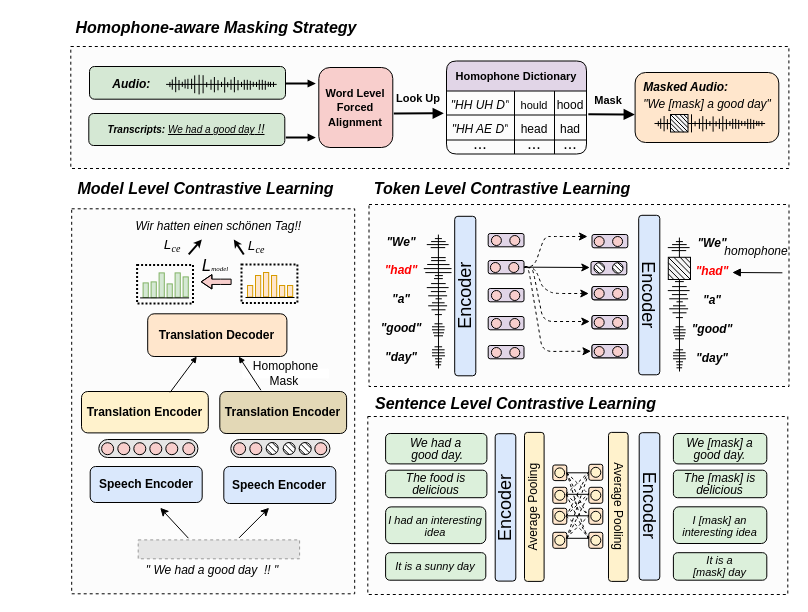
Above: 6_23.drawio in ytf-philp/README (draw.io), before the change. Source tidied: cells renumbered, new cells numbered last; positions are measured from the earlier drawing's top-left corner, leaving out a move shared by most shapes. Both pictures are drawn from the tidied source at 100%, with x=0, y=0 at pixel (17, 17). Pictures stored in the file or linked from it are replaced by grey dashed boxes.
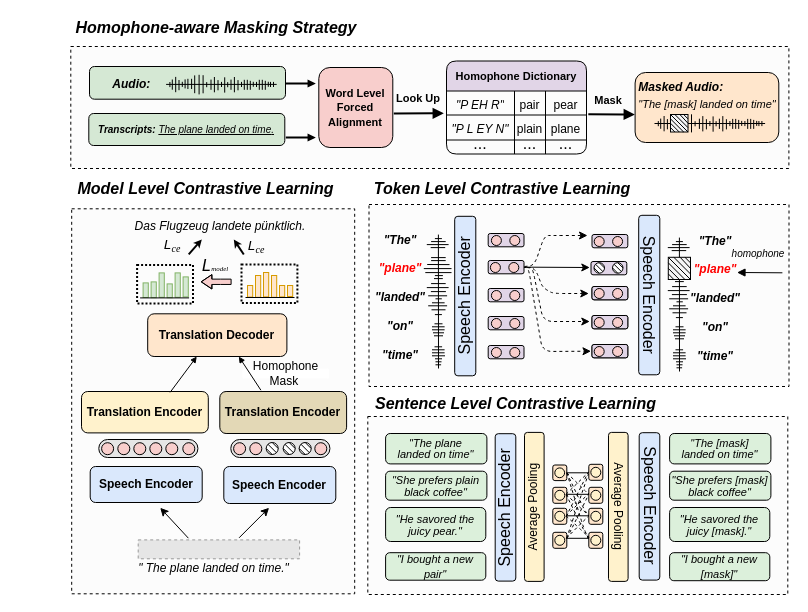
The same diagram, later.

Unchanged cells that the change refers to:
```xml
<mxCell id="5" style="group;rotation=0;strokeWidth=2;" parent="1" vertex="1">
  <mxGeometry x="380.5" y="179" width="390" height="190" as="geometry" />
</mxCell>
<mxCell id="129" style="group;" parent="1" vertex="1">
  <mxGeometry x="350.3" y="399" width="420" height="178" as="geometry" />
</mxCell>
<mxCell id="139" style="group;" parent="129" vertex="1">
  <mxGeometry x="29" y="17" width="90" height="146.7" as="geometry" />
</mxCell>
<mxCell id="186" style="group;" parent="1" vertex="1">
  <mxGeometry x="611.3" y="55" width="150" height="70" as="geometry" />
</mxCell>
<mxCell id="219" style="shape=tableRow;horizontal=0;startSize=0;swimlaneHead=0;swimlaneBody=0;strokeColor=inherit;top=0;left=0;bottom=0;right=0;fillColor=none;points=[[0,0.5],[1,0.5]];portConstraint=eastwest;fontSize=16;" parent="218" vertex="1">
  <mxGeometry y="30" width="140" height="24" as="geometry" />
</mxCell>
<mxCell id="223" style="shape=tableRow;horizontal=0;startSize=0;swimlaneHead=0;swimlaneBody=0;strokeColor=inherit;top=0;left=0;bottom=0;right=0;fillColor=none;fontSize=16;" parent="218" vertex="1">
  <mxGeometry y="54" width="140" height="25" as="geometry" />
</mxCell>
<mxCell id="227" style="shape=tableRow;horizontal=0;startSize=0;swimlaneHead=0;swimlaneBody=0;strokeColor=inherit;top=0;left=0;bottom=0;right=0;fillColor=none;fontSize=16;" parent="218" vertex="1">
  <mxGeometry y="79" width="140" height="14" as="geometry" />
</mxCell>
```

Change to the diagram source:
```diff
@@
-    <mxCell id="4" value="&lt;i&gt;&quot; We had a good day&amp;nbsp; !! &quot;&lt;/i&gt;" style="text;html=1;strokeColor=none;fillColor=none;align=center;verticalAlign=middle;whiteSpace=wrap;rounded=0;" parent="1" vertex="1">
-      <mxGeometry x="123.2" y="538.3" width="144.2" height="30" as="geometry" />
+    <mxCell id="4" value="&lt;i&gt;&quot; The plane landed on time.&quot;&lt;/i&gt;" style="text;html=1;strokeColor=none;fillColor=none;align=center;verticalAlign=middle;whiteSpace=wrap;rounded=0;" parent="1" vertex="1">
+      <mxGeometry x="116" y="536.3" width="161.4" height="30" as="geometry" />
     </mxCell>
@@
-    <mxCell id="7" value="&lt;font style=&quot;font-size: 18px;&quot;&gt;Encoder&lt;/font&gt;" style="rounded=1;whiteSpace=wrap;html=1;rotation=-90;fillColor=#dae8fc;strokeColor=#000000;" parent="5" vertex="1">
+    <mxCell id="7" value="&lt;p style=&quot;line-height: 120%;&quot;&gt;&lt;font style=&quot;font-size: 16px;&quot;&gt;Speech Encoder&lt;/font&gt;&lt;/p&gt;" style="rounded=1;whiteSpace=wrap;html=1;rotation=-90;fillColor=#dae8fc;strokeColor=#000000;" parent="5" vertex="1">
       <mxGeometry x="-12.5" y="89" width="159.5" height="21.1" as="geometry" />
     </mxCell>
@@
-    <mxCell id="22" value="&lt;font style=&quot;font-size: 18px;&quot;&gt;Encoder&lt;/font&gt;" style="rounded=1;whiteSpace=wrap;html=1;rotation=90;fillColor=#dae8fc;strokeColor=#000000;" parent="5" vertex="1">
+    <mxCell id="22" value="&lt;p style=&quot;line-height: 140%;&quot;&gt;&lt;font style=&quot;font-size: 16px;&quot;&gt;Speech Encoder&lt;/font&gt;&lt;/p&gt;" style="rounded=1;whiteSpace=wrap;html=1;rotation=90;fillColor=#dae8fc;strokeColor=#000000;" parent="5" vertex="1">
       <mxGeometry x="171.5" y="88" width="159.5" height="21.1" as="geometry" />
     </mxCell>
@@
-    <mxCell id="71" value="&lt;p style=&quot;line-height: 240%;&quot;&gt;&lt;i style=&quot;&quot;&gt;&lt;b&gt;&quot;We&quot;&lt;br&gt;&lt;font style=&quot;&quot; color=&quot;#ff0000&quot;&gt;&quot;had&quot;&lt;/font&gt;&lt;br&gt;&quot;a&quot;&lt;br&gt;&quot;good&quot;&lt;br&gt;&quot;day&quot;&lt;/b&gt;&lt;/i&gt;&lt;br&gt;&lt;/p&gt;" style="text;html=1;strokeColor=none;fillColor=none;align=center;verticalAlign=middle;whiteSpace=wrap;rounded=0;" parent="5" vertex="1">
-      <mxGeometry x="-26.7" y="88.1" width="60" height="30" as="geometry" />
+    <mxCell id="71" value="&lt;p style=&quot;line-height: 240%;&quot;&gt;&lt;i style=&quot;&quot;&gt;&lt;b&gt;&quot;The&quot;&lt;br&gt;&lt;font style=&quot;&quot; color=&quot;#ff0000&quot;&gt;&quot;plane&quot;&lt;/font&gt;&lt;br&gt;&quot;landed&quot;&lt;br&gt;&quot;on&quot;&lt;br&gt;&quot;time&quot;&lt;/b&gt;&lt;/i&gt;&lt;br&gt;&lt;/p&gt;" style="text;html=1;strokeColor=none;fillColor=none;align=center;verticalAlign=middle;whiteSpace=wrap;rounded=0;" parent="5" vertex="1">
+      <mxGeometry x="-27.7" y="86.1" width="60" height="30" as="geometry" />
     </mxCell>
     <mxCell id="72" style="endArrow=none;html=1;rounded=0;entryX=0.989;entryY=0.386;entryDx=0;entryDy=0;entryPerimeter=0;startArrow=block;startFill=1;" parent="5" edge="1">
       <mxGeometry relative="1" as="geometry">
-        <mxPoint x="334.3" y="76" as="sourcePoint" />
+        <mxPoint x="339" y="76" as="sourcePoint" />
         <mxPoint x="384.4" y="76.3" as="targetPoint" />
       </mxGeometry>
     </mxCell>
-    <mxCell id="73" value="&lt;i&gt;homophone&lt;/i&gt;" style="text;html=1;strokeColor=none;fillColor=none;align=center;verticalAlign=middle;whiteSpace=wrap;rounded=0;" parent="5" vertex="1">
-      <mxGeometry x="328.3" y="40" width="60" height="30" as="geometry" />
+    <mxCell id="73" value="&lt;i&gt;&lt;font style=&quot;font-size: 10px;&quot;&gt;homophone&lt;/font&gt;&lt;/i&gt;" style="text;html=1;strokeColor=none;fillColor=none;align=center;verticalAlign=middle;whiteSpace=wrap;rounded=0;" parent="5" vertex="1">
+      <mxGeometry x="330.3" y="42" width="60" height="30" as="geometry" />
     </mxCell>
@@
     <mxCell id="111" style="endArrow=classic;html=1;dashed=1;rounded=1;" parent="5" edge="1">
       <mxGeometry relative="1" as="geometry">
         <mxPoint x="126.5" y="70" as="sourcePoint" />
-        <mxPoint x="189.5" y="40" as="targetPoint" />
+        <mxPoint x="189.5" y="39" as="targetPoint" />
         <Array as="points">
-          <mxPoint x="136.4" y="70" />
-          <mxPoint x="146.5" y="40" />
-          <mxPoint x="154.5" y="40" />
+          <mxPoint x="136.4" y="69" />
+          <mxPoint x="146.5" y="39" />
+          <mxPoint x="154.5" y="39" />
         </Array>
       </mxGeometry>
     </mxCell>
@@
-    <mxCell id="120" value="&lt;i&gt;Wir hatten einen&amp;nbsp;schönen Tag!!&lt;span style=&quot;background-color: initial;&quot;&gt;&amp;nbsp;&lt;/span&gt;&lt;/i&gt;" style="text;html=1;strokeColor=none;fillColor=none;align=center;verticalAlign=middle;whiteSpace=wrap;rounded=0;" parent="1" vertex="1">
+    <mxCell id="120" value="&lt;i&gt;Das Flugzeug landete pünktlich.&lt;/i&gt;" style="text;html=1;strokeColor=none;fillColor=none;align=center;verticalAlign=middle;whiteSpace=wrap;rounded=0;" parent="1" vertex="1">
       <mxGeometry x="111.5" y="193.3" width="181.8" height="32.3" as="geometry" />
     </mxCell>
@@
-    <mxCell id="131" value="&lt;font style=&quot;font-size: 18px;&quot;&gt;Encoder&lt;/font&gt;" style="rounded=1;whiteSpace=wrap;html=1;rotation=-90;fillColor=#dae8fc;strokeColor=#000000;" parent="129" vertex="1">
+    <mxCell id="131" value="&lt;p style=&quot;line-height: 160%;&quot;&gt;&lt;font style=&quot;font-size: 16px;&quot;&gt;Speech Encoder&lt;/font&gt;&lt;/p&gt;" style="rounded=1;whiteSpace=wrap;html=1;rotation=-90;fillColor=#dae8fc;strokeColor=#000000;" parent="129" vertex="1">
       <mxGeometry x="64" y="80.6" width="147.4" height="20.6" as="geometry" />
     </mxCell>
-    <mxCell id="132" value="&lt;font style=&quot;font-size: 18px;&quot;&gt;Encoder&lt;/font&gt;" style="rounded=1;whiteSpace=wrap;html=1;rotation=90;strokeColor=#000000;fillColor=#dae8fc;" parent="129" vertex="1">
+    <mxCell id="132" value="&lt;p style=&quot;line-height: 160%;&quot;&gt;&lt;font style=&quot;font-size: 16px;&quot;&gt;Speech Encoder&lt;/font&gt;&lt;/p&gt;" style="rounded=1;whiteSpace=wrap;html=1;rotation=90;strokeColor=#000000;fillColor=#dae8fc;" parent="129" vertex="1">
       <mxGeometry x="208" y="79.6" width="147.4" height="20.6" as="geometry" />
     </mxCell>
@@
-    <mxCell id="135" value="&lt;p style=&quot;line-height: 100%;&quot;&gt;&lt;i&gt;We [mask] a good day.&lt;/i&gt;&lt;/p&gt;" style="rounded=1;whiteSpace=wrap;html=1;rotation=-360;fillColor=#DCF0DB;" parent="129" vertex="1">
-      <mxGeometry x="305.6" y="17" width="93.4" height="30.4" as="geometry" />
-    </mxCell>
-    <mxCell id="136" value="&lt;p style=&quot;line-height: 100%;&quot;&gt;&lt;i&gt;The [mask] is delicious&lt;/i&gt;&lt;/p&gt;" style="rounded=1;whiteSpace=wrap;html=1;rotation=-360;fillColor=#DCF0DB;" parent="129" vertex="1">
-      <mxGeometry x="305.6" y="53.7" width="93.4" height="27.5" as="geometry" />
-    </mxCell>
-    <mxCell id="137" value="&lt;p style=&quot;line-height: 100%;&quot;&gt;&lt;font style=&quot;font-size: 11px;&quot;&gt;&lt;i&gt;It is a &lt;br&gt;[mask] day&lt;/i&gt;&lt;/font&gt;&lt;/p&gt;" style="rounded=1;whiteSpace=wrap;html=1;rotation=-360;fillColor=#DCF0DB;spacingTop=-2;" parent="129" vertex="1">
-      <mxGeometry x="305.6" y="136.2" width="93.4" height="27.5" as="geometry" />
-    </mxCell>
-    <mxCell id="138" value="&lt;p style=&quot;line-height: 100%;&quot;&gt;&lt;font style=&quot;font-size: 11px;&quot;&gt;&lt;i&gt;I [mask] an interesting idea&lt;/i&gt;&lt;/font&gt;&lt;/p&gt;" style="rounded=1;whiteSpace=wrap;html=1;rotation=-360;fillColor=#DCF0DB;" parent="129" vertex="1">
-      <mxGeometry x="305.6" y="90.3" width="93.4" height="36.7" as="geometry" />
-    </mxCell>
@@
-    <mxCell id="140" value="&lt;p style=&quot;line-height: 100%;&quot;&gt;&lt;i&gt;We had a&lt;br&gt;&amp;nbsp;good day.&lt;/i&gt;&lt;/p&gt;" style="rounded=1;whiteSpace=wrap;html=1;rotation=-360;fillColor=#DCF0DB;strokeColor=#000000;" parent="139" vertex="1">
+    <mxCell id="140" value="&lt;p style=&quot;line-height: 100%; font-size: 11px;&quot;&gt;&lt;i&gt;&quot;The plane landed&amp;nbsp;&lt;/i&gt;&lt;i&gt;on time&quot;&lt;/i&gt;&lt;/p&gt;" style="rounded=1;whiteSpace=wrap;html=1;rotation=-360;fillColor=#DCF0DB;strokeColor=#000000;" parent="139" vertex="1">
       <mxGeometry x="-11.2" width="101.3" height="30.4" as="geometry" />
     </mxCell>
-    <mxCell id="141" value="&lt;p style=&quot;line-height: 100%;&quot;&gt;&lt;i&gt;The food is delicious&lt;/i&gt;&lt;/p&gt;" style="rounded=1;whiteSpace=wrap;html=1;rotation=-360;fillColor=#DCF0DB;" parent="139" vertex="1">
-      <mxGeometry x="-11.2" y="36.7" width="101.3" height="27.5" as="geometry" />
+    <mxCell id="141" value="&lt;p style=&quot;line-height: 100%;&quot;&gt;&lt;i&gt;&lt;font style=&quot;font-size: 11px;&quot;&gt;&quot;She prefers plain black coffee&quot;&lt;/font&gt;&lt;/i&gt;&lt;br&gt;&lt;/p&gt;" style="rounded=1;whiteSpace=wrap;html=1;rotation=-360;fillColor=#DCF0DB;" parent="139" vertex="1">
+      <mxGeometry x="-11.2" y="37.7" width="101.3" height="29" as="geometry" />
     </mxCell>
-    <mxCell id="142" value="&lt;font style=&quot;font-size: 11px;&quot;&gt;&lt;i&gt;It is a sunny day&lt;/i&gt;&lt;/font&gt;" style="rounded=1;whiteSpace=wrap;html=1;rotation=-360;fillColor=#DCF0DB;" parent="139" vertex="1">
+    <mxCell id="142" value="&lt;i style=&quot;border-color: var(--border-color);&quot;&gt;&lt;font style=&quot;font-size: 11px;&quot;&gt;&quot;I bought a new pair&quot;&lt;/font&gt;&lt;/i&gt;" style="rounded=1;whiteSpace=wrap;html=1;rotation=-360;fillColor=#DCF0DB;" parent="139" vertex="1">
       <mxGeometry x="-11.2" y="119.2" width="100.2" height="27.5" as="geometry" />
     </mxCell>
-    <mxCell id="143" value="&lt;p style=&quot;line-height: 100%;&quot;&gt;&lt;font style=&quot;font-size: 11px;&quot;&gt;&lt;i&gt;I had an interesting idea&lt;/i&gt;&lt;/font&gt;&lt;/p&gt;" style="rounded=1;whiteSpace=wrap;html=1;rotation=-360;fillColor=#DCF0DB;" parent="139" vertex="1">
-      <mxGeometry x="-11.2" y="73.4" width="100.2" height="36.7" as="geometry" />
+    <mxCell id="143" value="&lt;p style=&quot;line-height: 100%;&quot;&gt;&lt;font style=&quot;font-size: 11px;&quot;&gt;&lt;i&gt;&quot;He savored the juicy pear.&quot;&lt;/i&gt;&lt;/font&gt;&lt;br&gt;&lt;/p&gt;" style="rounded=1;whiteSpace=wrap;html=1;rotation=-360;fillColor=#DCF0DB;" parent="139" vertex="1">
+      <mxGeometry x="-11.2" y="74" width="100.2" height="34" as="geometry" />
     </mxCell>
@@
-    <mxCell id="181" value="&lt;i style=&quot;border-color: var(--border-color);&quot;&gt;&lt;span style=&quot;border-color: var(--border-color);&quot;&gt;&lt;font style=&quot;border-color: var(--border-color);&quot; size=&quot;1&quot;&gt;&lt;b&gt;Transcripts: &lt;/b&gt;&lt;u&gt;We had a good day&lt;/u&gt;&lt;/font&gt;&lt;/span&gt;&lt;u&gt;&amp;nbsp;!!&lt;/u&gt;&lt;/i&gt;" style="rounded=1;whiteSpace=wrap;html=1;fillColor=#d5e8d4;strokeColor=#000000;" parent="1" vertex="1">
+    <mxCell id="181" value="&lt;i style=&quot;border-color: var(--border-color);&quot;&gt;&lt;span style=&quot;border-color: var(--border-color);&quot;&gt;&lt;font style=&quot;border-color: var(--border-color);&quot; size=&quot;1&quot;&gt;&lt;b&gt;Transcripts: &lt;/b&gt;&lt;u style=&quot;font-size: 10px;&quot;&gt;The plane landed on time&lt;/u&gt;&lt;u style=&quot;font-size: 10px;&quot;&gt;.&lt;/u&gt;&lt;/font&gt;&lt;/span&gt;&lt;/i&gt;" style="rounded=1;whiteSpace=wrap;html=1;fillColor=#d5e8d4;strokeColor=#000000;" parent="1" vertex="1">
       <mxGeometry x="71.3" y="96" width="196" height="32" as="geometry" />
     </mxCell>
@@
-    <mxCell id="188" value="&lt;div style=&quot;text-align: left; line-height: 140%;&quot;&gt;&lt;b style=&quot;background-color: initial;&quot;&gt;&lt;i&gt;Masked Audio:&amp;nbsp;&lt;/i&gt;&lt;/b&gt;&lt;/div&gt;&lt;div style=&quot;text-align: left; line-height: 140%;&quot;&gt;&lt;i style=&quot;background-color: initial;&quot;&gt;&quot;We [mask] a good day&quot;&lt;/i&gt;&lt;br&gt;&lt;/div&gt;" style="text;html=1;strokeColor=none;fillColor=none;align=center;verticalAlign=middle;whiteSpace=wrap;rounded=0;" parent="186" vertex="1">
+    <mxCell id="188" value="&lt;div style=&quot;text-align: left; line-height: 140%;&quot;&gt;&lt;b style=&quot;background-color: initial;&quot;&gt;&lt;i&gt;Masked Audio:&amp;nbsp;&lt;/i&gt;&lt;/b&gt;&lt;/div&gt;&lt;div style=&quot;text-align: left; line-height: 140%;&quot;&gt;&lt;i style=&quot;background-color: initial;&quot;&gt;&lt;font style=&quot;font-size: 11px;&quot;&gt;&quot;The [mask] landed on time&quot;&lt;/font&gt;&lt;/i&gt;&lt;br&gt;&lt;/div&gt;" style="text;html=1;strokeColor=none;fillColor=none;align=center;verticalAlign=middle;whiteSpace=wrap;rounded=0;" parent="186" vertex="1">
       <mxGeometry x="8" y="3.5" width="142" height="39.4" as="geometry" />
     </mxCell>
@@
-    <mxCell id="220" value="&lt;i&gt;&lt;font style=&quot;font-size: 12px;&quot;&gt;&quot;HH UH D&quot;&lt;/font&gt;&lt;/i&gt;" style="shape=partialRectangle;html=1;whiteSpace=wrap;strokeColor=inherit;overflow=hidden;fillColor=none;top=0;left=0;bottom=0;right=0;fontSize=16;spacing=0;" parent="219" vertex="1">
+    <mxCell id="220" value="&lt;i&gt;&lt;font style=&quot;font-size: 12px;&quot;&gt;&quot;P EH R&quot;&lt;/font&gt;&lt;/i&gt;" style="shape=partialRectangle;html=1;whiteSpace=wrap;strokeColor=inherit;overflow=hidden;fillColor=none;top=0;left=0;bottom=0;right=0;fontSize=16;spacing=0;" parent="219" vertex="1">
       <mxGeometry width="68" height="24" as="geometry" />
     </mxCell>
-    <mxCell id="221" value="&lt;font style=&quot;font-size: 11px;&quot;&gt;hould&lt;/font&gt;" style="shape=partialRectangle;html=1;whiteSpace=wrap;strokeColor=inherit;overflow=hidden;fillColor=none;top=0;left=0;bottom=0;right=0;fontSize=16;spacing=-1;align=center;" parent="219" vertex="1">
-      <mxGeometry x="68" width="40" height="24" as="geometry" />
+    <mxCell id="221" value="&lt;font style=&quot;font-size: 12px;&quot;&gt;pair&lt;/font&gt;" style="shape=partialRectangle;html=1;whiteSpace=wrap;strokeColor=inherit;overflow=hidden;fillColor=none;top=0;left=0;bottom=0;right=0;fontSize=16;spacing=-1;align=center;" parent="219" vertex="1">
+      <mxGeometry x="68" width="31" height="24" as="geometry" />
     </mxCell>
-    <mxCell id="222" value="&lt;font style=&quot;font-size: 12px;&quot;&gt;hood&lt;/font&gt;" style="shape=partialRectangle;html=1;whiteSpace=wrap;strokeColor=inherit;overflow=hidden;fillColor=none;top=0;left=0;bottom=0;right=0;fontSize=16;spacing=-2;" parent="219" vertex="1">
-      <mxGeometry x="108" width="32" height="24" as="geometry" />
+    <mxCell id="222" value="&lt;font style=&quot;font-size: 12px;&quot;&gt;pear&lt;/font&gt;" style="shape=partialRectangle;html=1;whiteSpace=wrap;strokeColor=inherit;overflow=hidden;fillColor=none;top=0;left=0;bottom=0;right=0;fontSize=16;spacing=-2;" parent="219" vertex="1">
+      <mxGeometry x="99" width="41" height="24" as="geometry" />
     </mxCell>
@@
-    <mxCell id="224" value="&lt;font style=&quot;font-size: 12px;&quot;&gt;&lt;i&gt;&quot;HH AE D&quot;&lt;/i&gt;&lt;/font&gt;" style="shape=partialRectangle;html=1;whiteSpace=wrap;strokeColor=inherit;overflow=hidden;fillColor=none;top=0;left=0;bottom=0;right=0;fontSize=16;spacing=0;" parent="223" vertex="1">
+    <mxCell id="224" value="&lt;font style=&quot;font-size: 12px;&quot;&gt;&lt;i&gt;&quot;P L EY N&quot;&lt;/i&gt;&lt;/font&gt;" style="shape=partialRectangle;html=1;whiteSpace=wrap;strokeColor=inherit;overflow=hidden;fillColor=none;top=0;left=0;bottom=0;right=0;fontSize=16;spacing=0;" parent="223" vertex="1">
       <mxGeometry width="68" height="25" as="geometry" />
     </mxCell>
-    <mxCell id="225" value="&lt;font style=&quot;font-size: 12px;&quot;&gt;head&lt;/font&gt;" style="shape=partialRectangle;html=1;whiteSpace=wrap;strokeColor=inherit;overflow=hidden;fillColor=none;top=0;left=0;bottom=0;right=0;fontSize=16;spacing=0;" parent="223" vertex="1">
-      <mxGeometry x="68" width="40" height="25" as="geometry" />
+    <mxCell id="225" value="&lt;span style=&quot;font-size: 12px;&quot;&gt;plain&lt;/span&gt;" style="shape=partialRectangle;html=1;whiteSpace=wrap;strokeColor=inherit;overflow=hidden;fillColor=none;top=0;left=0;bottom=0;right=0;fontSize=16;spacing=0;" parent="223" vertex="1">
+      <mxGeometry x="68" width="31" height="25" as="geometry" />
     </mxCell>
-    <mxCell id="226" value="&lt;font style=&quot;font-size: 12px;&quot;&gt;had&lt;/font&gt;" style="shape=partialRectangle;html=1;whiteSpace=wrap;strokeColor=inherit;overflow=hidden;fillColor=none;top=0;left=0;bottom=0;right=0;fontSize=16;spacing=0;" parent="223" vertex="1">
-      <mxGeometry x="108" width="32" height="25" as="geometry" />
+    <mxCell id="226" value="&lt;span style=&quot;font-size: 12px;&quot;&gt;plane&lt;/span&gt;" style="shape=partialRectangle;html=1;whiteSpace=wrap;strokeColor=inherit;overflow=hidden;fillColor=none;top=0;left=0;bottom=0;right=0;fontSize=16;spacing=0;" parent="223" vertex="1">
+      <mxGeometry x="99" width="41" height="25" as="geometry" />
     </mxCell>
@@
     <mxCell id="229" value="..." style="shape=partialRectangle;html=1;whiteSpace=wrap;strokeColor=inherit;overflow=hidden;fillColor=none;top=0;left=0;bottom=0;right=0;fontSize=16;spacing=0;spacingTop=-8;" parent="227" vertex="1">
-      <mxGeometry x="68" width="40" height="14" as="geometry" />
+      <mxGeometry x="68" width="31" height="14" as="geometry" />
     </mxCell>
     <mxCell id="230" value="..." style="shape=partialRectangle;html=1;whiteSpace=wrap;strokeColor=inherit;overflow=hidden;fillColor=none;top=0;left=0;bottom=0;right=0;fontSize=16;spacing=0;spacingTop=-8;" parent="227" vertex="1">
-      <mxGeometry x="108" width="32" height="14" as="geometry" />
+      <mxGeometry x="99" width="41" height="14" as="geometry" />
     </mxCell>
@@
-    <mxCell id="297" value="&lt;p style=&quot;line-height: 240%;&quot;&gt;&lt;i&gt;&lt;b&gt;&quot;We&quot;&lt;br&gt;&lt;font style=&quot;&quot; color=&quot;#ff0000&quot;&gt;&quot;had&quot;&lt;/font&gt;&lt;br&gt;&quot;a&quot;&lt;br&gt;&quot;good&quot;&lt;br&gt;&quot;day&quot;&lt;/b&gt;&lt;/i&gt;&lt;br&gt;&lt;/p&gt;" style="text;html=1;strokeColor=none;fillColor=none;align=center;verticalAlign=middle;whiteSpace=wrap;rounded=0;" parent="1" vertex="1">
-      <mxGeometry x="664.7" y="268.3" width="60" height="30" as="geometry" />
+    <mxCell id="297" value="&lt;p style=&quot;line-height: 240%;&quot;&gt;&lt;i&gt;&lt;b&gt;&quot;The&quot;&lt;br&gt;&lt;font style=&quot;&quot; color=&quot;#ff0000&quot;&gt;&quot;plane&quot;&lt;/font&gt;&lt;br&gt;&quot;landed&quot;&lt;br&gt;&quot;on&quot;&lt;br&gt;&quot;time&quot;&lt;/b&gt;&lt;/i&gt;&lt;br&gt;&lt;/p&gt;" style="text;html=1;strokeColor=none;fillColor=none;align=center;verticalAlign=middle;whiteSpace=wrap;rounded=0;" parent="1" vertex="1">
+      <mxGeometry x="667.7" y="266.3" width="60" height="30" as="geometry" />
     </mxCell>
@@
+    <mxCell id="388" style="group;" parent="1" vertex="1">
+      <mxGeometry x="663.3" y="416" width="90" height="146.7" as="geometry" />
+    </mxCell>
+    <mxCell id="389" value="&lt;p style=&quot;line-height: 100%; font-size: 11px;&quot;&gt;&lt;i&gt;&quot;The [mask] landed&amp;nbsp;&lt;/i&gt;&lt;i&gt;on time&quot;&lt;/i&gt;&lt;/p&gt;" style="rounded=1;whiteSpace=wrap;html=1;rotation=-360;fillColor=#DCF0DB;strokeColor=#000000;" parent="388" vertex="1">
+      <mxGeometry x="-11.2" width="101.3" height="30.4" as="geometry" />
+    </mxCell>
+    <mxCell id="390" value="&lt;p style=&quot;line-height: 100%;&quot;&gt;&lt;i&gt;&lt;font style=&quot;font-size: 11px;&quot;&gt;&quot;She prefers [mask] black coffee&quot;&lt;/font&gt;&lt;/i&gt;&lt;br&gt;&lt;/p&gt;" style="rounded=1;whiteSpace=wrap;html=1;rotation=-360;fillColor=#DCF0DB;" parent="388" vertex="1">
+      <mxGeometry x="-11.2" y="37.7" width="101.3" height="29" as="geometry" />
+    </mxCell>
+    <mxCell id="391" value="&lt;i style=&quot;border-color: var(--border-color);&quot;&gt;&lt;font style=&quot;font-size: 11px;&quot;&gt;&quot;I bought a new [mask]&quot;&lt;/font&gt;&lt;/i&gt;" style="rounded=1;whiteSpace=wrap;html=1;rotation=-360;fillColor=#DCF0DB;" parent="388" vertex="1">
+      <mxGeometry x="-11.2" y="119.2" width="100.2" height="28" as="geometry" />
+    </mxCell>
+    <mxCell id="392" value="&lt;p style=&quot;line-height: 100%;&quot;&gt;&lt;font style=&quot;font-size: 11px;&quot;&gt;&lt;i&gt;&quot;He savored the juicy [mask].&quot;&lt;/i&gt;&lt;/font&gt;&lt;br&gt;&lt;/p&gt;" style="rounded=1;whiteSpace=wrap;html=1;rotation=-360;fillColor=#DCF0DB;" parent="388" vertex="1">
+      <mxGeometry x="-11.2" y="74" width="100.2" height="34" as="geometry" />
+    </mxCell>
```
